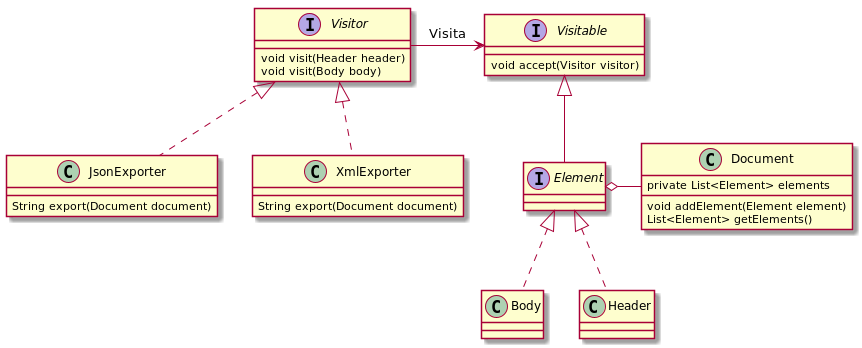
sauljabin/java-design-patterns keeps this PlantUML diagram as plantuml/behavioral/visitor.png. Above is the earlier version.
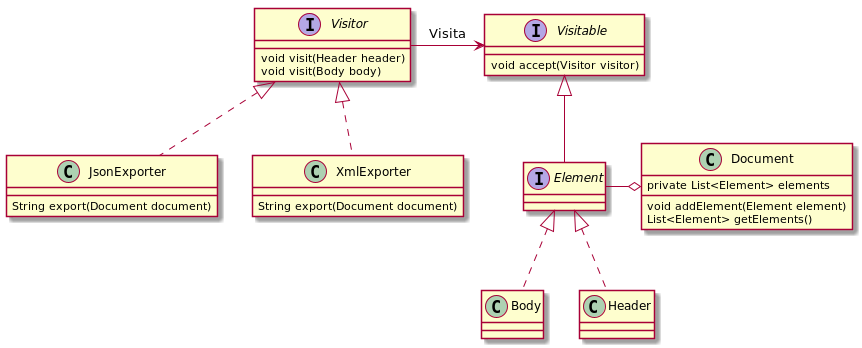
Above is the later version.

What changed in the source:
```diff
@@ -29,7 +29,7 @@
     List<Element> getElements()
 }
 
-Document -ro Element
+Document o-l Element
 
 Visitor -r-> Visitable : Visita
 
```
